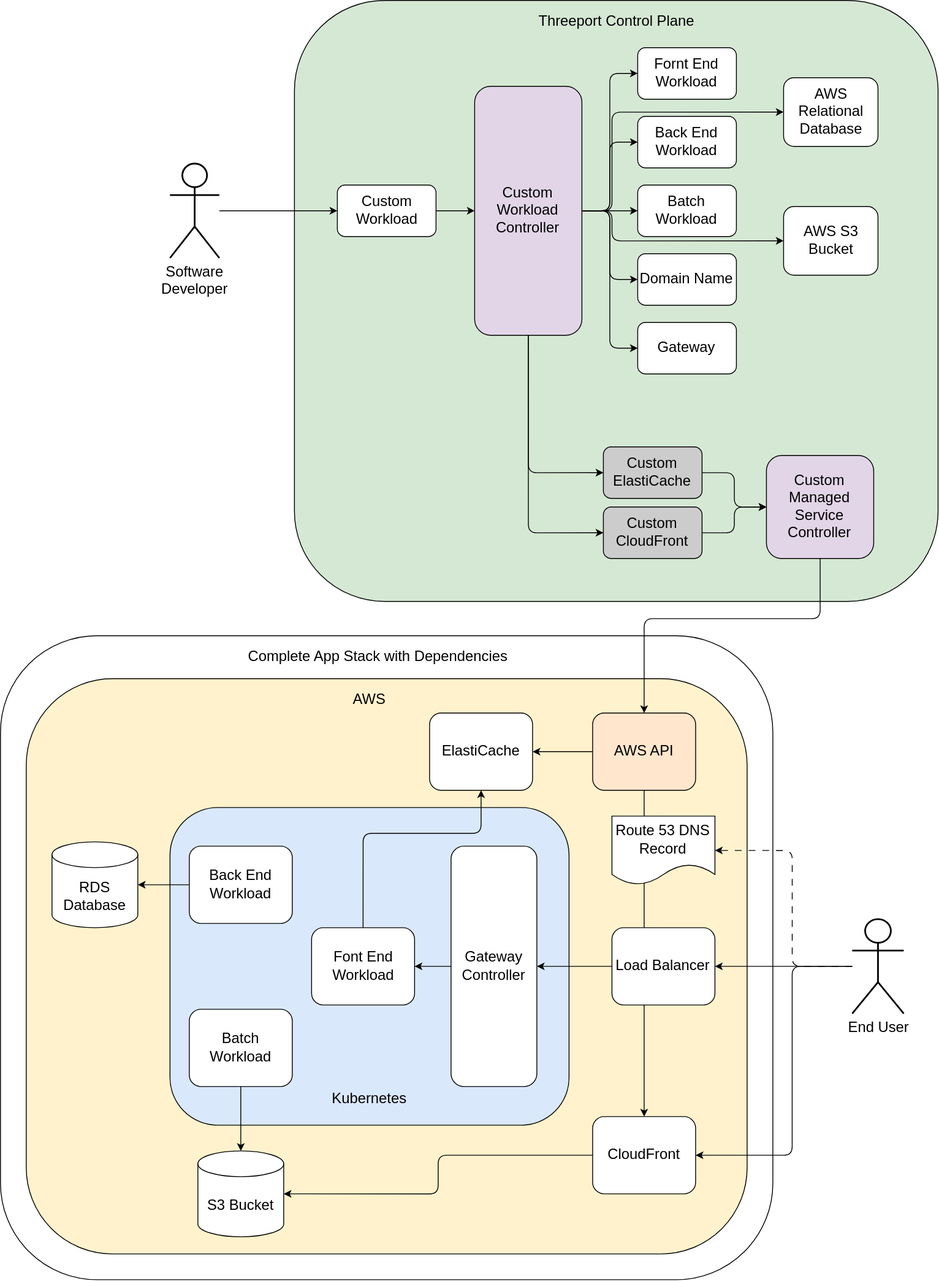
Above: docs/docs/img/ThreeportExtensionCustomAWSServices.drawio.svg in threeport/threeport (draw.io), before the change. Source tidied: cells renumbered, new cells last; positions are measured from the earlier drawing's top-left corner, leaving out a move shared by most shapes.
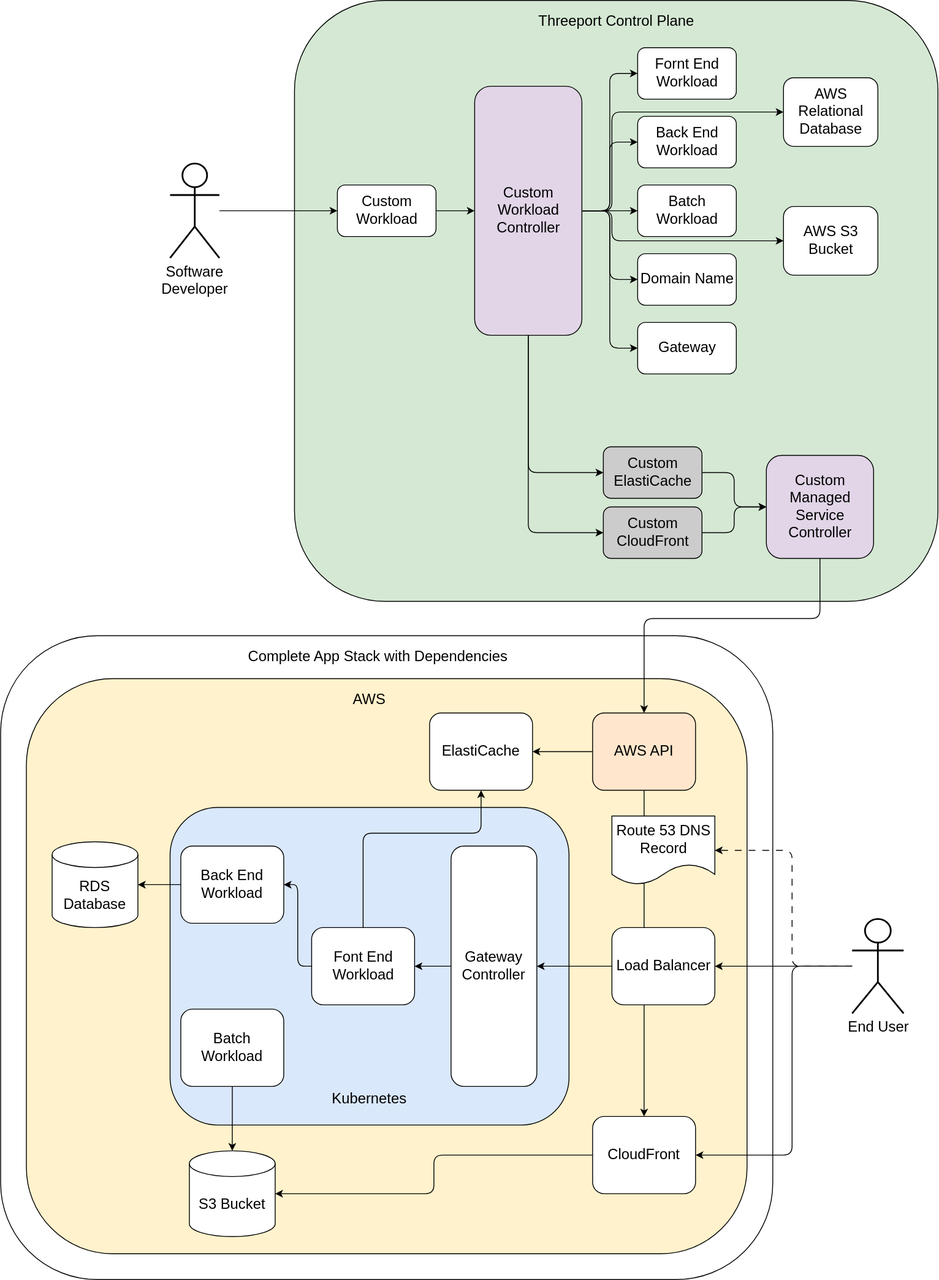
After the commit.

Commit message:
docs: add missing arrow

Diff of the diagram source:
```diff
@@ -117,14 +117,17 @@
     <mxCell id="36" value="Gateway Controller" style="rounded=1;whiteSpace=wrap;html=1;fontSize=17;" parent="1" vertex="1">
       <mxGeometry x="525" y="985" width="100" height="280" as="geometry" />
     </mxCell>
+    <mxCell id="60" style="edgeStyle=orthogonalEdgeStyle;html=1;entryX=1;entryY=0.5;entryDx=0;entryDy=0;" parent="1" edge="1" source="37" target="38">
+      <mxGeometry relative="1" as="geometry" />
+    </mxCell>
     <mxCell id="37" value="Font End Workload" style="rounded=1;whiteSpace=wrap;html=1;fontSize=17;" parent="1" vertex="1">
       <mxGeometry x="362.5" y="1080" width="120" height="90" as="geometry" />
     </mxCell>
     <mxCell id="38" value="Back End Workload" style="rounded=1;whiteSpace=wrap;html=1;fontSize=17;" parent="1" vertex="1">
-      <mxGeometry x="220" y="985" width="120" height="90" as="geometry" />
+      <mxGeometry x="210" y="985" width="120" height="90" as="geometry" />
     </mxCell>
     <mxCell id="39" value="Batch Workload" style="rounded=1;whiteSpace=wrap;html=1;fontSize=17;" parent="1" vertex="1">
-      <mxGeometry x="220" y="1175" width="120" height="90" as="geometry" />
+      <mxGeometry x="210" y="1175" width="120" height="90" as="geometry" />
     </mxCell>
     <mxCell id="40" value="Route 53 DNS Record" style="shape=document;whiteSpace=wrap;html=1;boundedLbl=1;rounded=1;fontSize=17;" parent="1" vertex="1">
       <mxGeometry x="712.5" y="950" width="120" height="80" as="geometry" />
@@ -133,7 +136,7 @@
       <mxGeometry x="60" y="980" width="100" height="100" as="geometry" />
     </mxCell>
     <mxCell id="42" value="S3 Bucket" style="shape=cylinder3;whiteSpace=wrap;html=1;boundedLbl=1;backgroundOutline=1;size=15;rounded=1;fontSize=17;" parent="1" vertex="1">
-      <mxGeometry x="230" y="1340" width="100" height="100" as="geometry" />
+      <mxGeometry x="220" y="1340" width="100" height="100" as="geometry" />
     </mxCell>
     <mxCell id="43" style="edgeStyle=none;html=1;entryX=0;entryY=0.5;entryDx=0;entryDy=0;fontSize=17;" parent="1" edge="1" source="44" target="14">
       <mxGeometry relative="1" as="geometry" />
```
